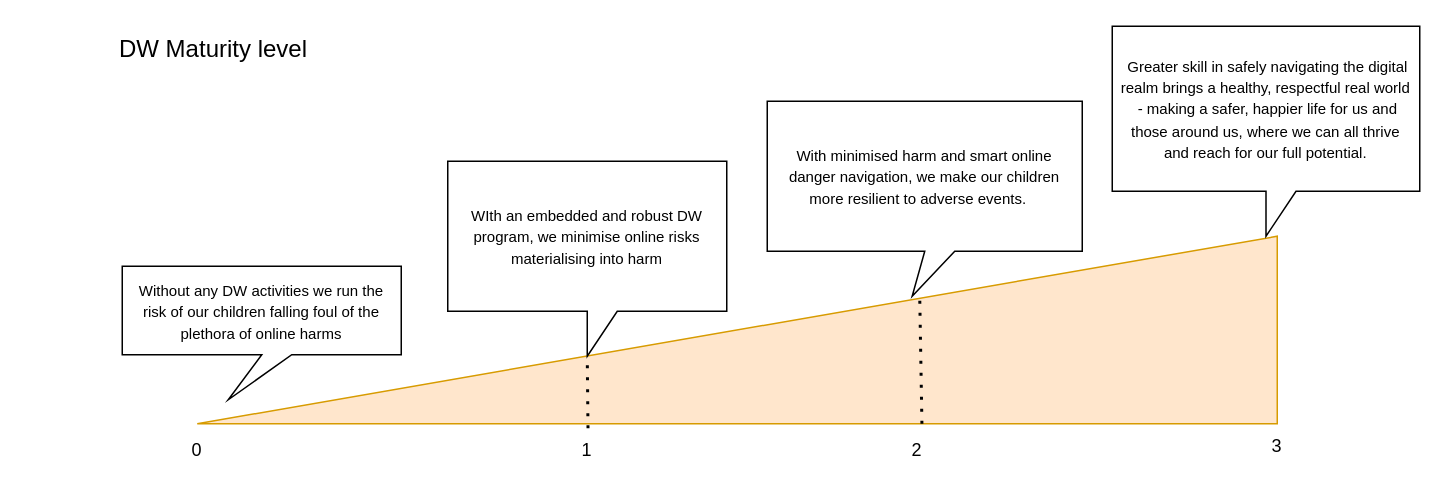
Before: Untitled Diagram.drawio in wondarider/TESTOO, a draw.io diagram. Source tidied: cells renumbered, new cells numbered last; positions are measured from the earlier drawing's top-left corner, leaving out a move shared by most shapes. Both pictures are drawn from the tidied source at 150%, with x=0, y=0 at pixel (26, 26).
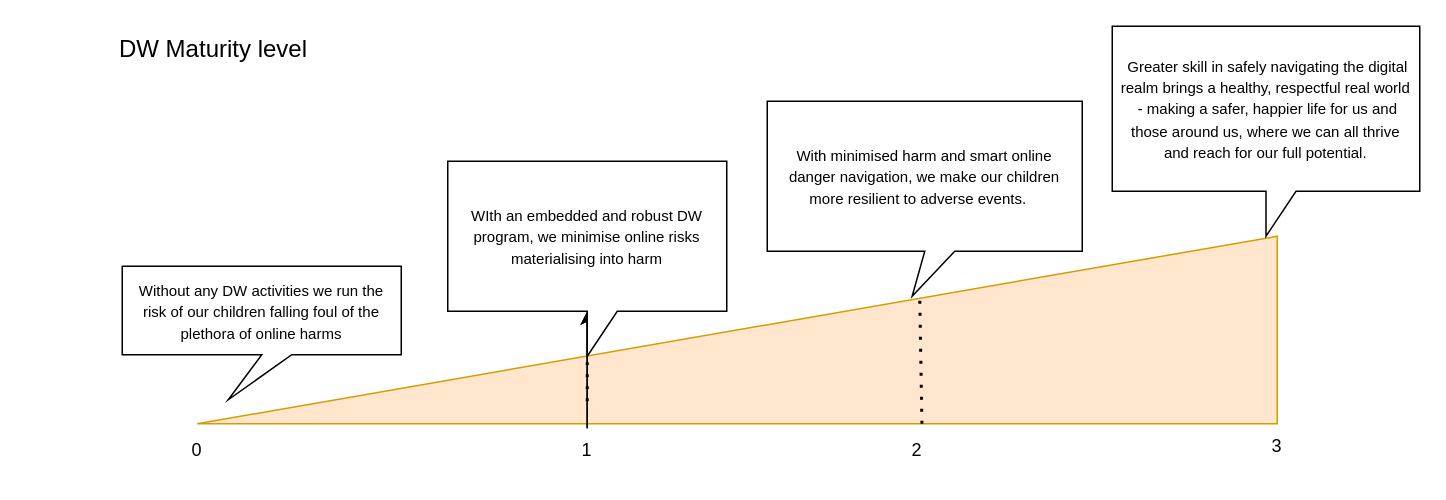
After the change.

Commit message (it also covers changes not shown here):
DWSF Maturity levels

The edit, as a diff of the source:
```diff
@@
 <mxGraphModel>
   <root>
     <mxCell id="0" />
     <mxCell id="1" parent="0" />
     <mxCell id="2" style="shape=manualInput;boundedLbl=1;whiteSpace=wrap;html=1;size=125;fillColor=#ffe6cc;strokeColor=#d79b00;" parent="1" vertex="1">
       <mxGeometry x="114" y="140" width="720" height="125" as="geometry" />
     </mxCell>
     <mxCell id="3" value="&lt;font style=&quot;font-size: 16px;&quot;&gt;DW Maturity level&lt;/font&gt;" style="text;html=1;whiteSpace=wrap;strokeColor=none;fillColor=none;align=center;verticalAlign=middle;rounded=0;" parent="1" vertex="1">
       <mxGeometry width="250" height="30" as="geometry" />
     </mxCell>
     <mxCell id="4" value="0" style="text;html=1;whiteSpace=wrap;strokeColor=none;fillColor=none;align=center;verticalAlign=middle;rounded=0;" parent="1" vertex="1">
       <mxGeometry x="84" y="268" width="60" height="30" as="geometry" />
     </mxCell>
+    <mxCell id="14" style="edgeStyle=orthogonalEdgeStyle;rounded=0;jettySize=auto;html=1;" parent="1" edge="1" source="5" target="8">
+      <mxGeometry relative="1" as="geometry" />
+    </mxCell>
+    <mxCell id="15" style="edgeStyle=orthogonalEdgeStyle;rounded=0;jettySize=auto;html=1;" parent="1" edge="1" source="5" target="8">
+      <mxGeometry relative="1" as="geometry" />
+    </mxCell>
     <mxCell id="5" value="1" style="text;html=1;whiteSpace=wrap;strokeColor=none;fillColor=none;align=center;verticalAlign=middle;rounded=0;" parent="1" vertex="1">
       <mxGeometry x="344" y="268" width="60" height="30" as="geometry" />
     </mxCell>
     <mxCell id="6" value="2" style="text;html=1;whiteSpace=wrap;strokeColor=none;fillColor=none;align=center;verticalAlign=middle;rounded=0;" parent="1" vertex="1">
       <mxGeometry x="564" y="268" width="60" height="30" as="geometry" />
     </mxCell>
     <mxCell id="7" value="3" style="text;html=1;whiteSpace=wrap;strokeColor=none;fillColor=none;align=center;verticalAlign=middle;rounded=0;" parent="1" vertex="1">
       <mxGeometry x="804" y="265" width="60" height="30" as="geometry" />
     </mxCell>
     <mxCell id="8" value="&lt;font style=&quot;font-size: 10px;&quot;&gt;&lt;span style=&quot;caret-color: rgb(0, 0, 0); color: rgb(0, 0, 0); font-family: Helvetica; font-style: normal; font-variant-caps: normal; font-weight: 400; letter-spacing: normal; text-align: center; text-indent: 0px; text-transform: none; white-space: normal; word-spacing: 0px; -webkit-text-stroke-width: 0px; text-decoration: none; float: none; display: inline !important;&quot;&gt;&lt;font&gt;WIth an embedded and robust DW program, we minimise online risks materia&lt;/font&gt;&lt;/span&gt;&lt;span style=&quot;caret-color: rgb(0, 0, 0); color: rgb(0, 0, 0); font-family: Helvetica; font-style: normal; font-variant-caps: normal; font-weight: 400; letter-spacing: normal; text-align: center; text-indent: 0px; text-transform: none; white-space: normal; word-spacing: 0px; -webkit-text-stroke-width: 0px; text-decoration: none; float: none; display: inline !important;&quot;&gt;lising into harm&lt;/span&gt;&lt;/font&gt;" style="shape=callout;whiteSpace=wrap;html=1;perimeter=calloutPerimeter;rotation=0;spacingLeft=5;spacingRight=5;" parent="1" vertex="1">
       <mxGeometry x="281" y="90" width="186" height="130" as="geometry" />
     </mxCell>
     <mxCell id="9" value="&lt;span style=&quot;caret-color: rgb(0, 0, 0); color: rgb(0, 0, 0); font-family: Helvetica; font-style: normal; font-variant-caps: normal; font-weight: 400; letter-spacing: normal; text-align: center; text-indent: 0px; text-transform: none; white-space: normal; word-spacing: 0px; -webkit-text-stroke-width: 0px; text-decoration: none; float: none; display: inline !important;&quot;&gt;&lt;font style=&quot;font-size: 10px;&quot;&gt;With minimised harm and smart online danger navigation, we make our children more resilient to adverse events. &amp;nbsp;&amp;nbsp;&lt;/font&gt;&lt;/span&gt;" style="shape=callout;whiteSpace=wrap;html=1;perimeter=calloutPerimeter;spacingLeft=5;spacingRight=5;position2=0.46;" parent="1" vertex="1">
       <mxGeometry x="494" y="50" width="210" height="130" as="geometry" />
     </mxCell>
     <mxCell id="10" value="&lt;font color=&quot;#000000&quot; size=&quot;1&quot;&gt;&lt;span style=&quot;caret-color: rgb(0, 0, 0);&quot;&gt;Without any DW activities we run the risk of our children falling foul of the plethora of online harms&lt;/span&gt;&lt;/font&gt;" style="shape=callout;whiteSpace=wrap;html=1;perimeter=calloutPerimeter;rotation=0;spacingLeft=5;spacingRight=5;position2=0.38;" parent="1" vertex="1">
       <mxGeometry x="64" y="160" width="186" height="89" as="geometry" />
     </mxCell>
     <mxCell id="11" value="&lt;span style=&quot;caret-color: rgb(0, 0, 0); color: rgb(0, 0, 0); font-family: Helvetica; font-size: 10px; font-style: normal; font-variant-caps: normal; font-weight: 400; letter-spacing: normal; text-align: center; text-indent: 0px; text-transform: none; white-space: normal; word-spacing: 0px; -webkit-text-stroke-width: 0px; text-decoration: none; float: none; display: inline !important;&quot;&gt;&amp;nbsp;Greater skill in safely navigating the digital realm brings a healthy, respectful real world &amp;nbsp;- making a safer, happier life for us and those around us, where we can all thrive and reach for our full potential.&lt;/span&gt;" style="shape=callout;whiteSpace=wrap;html=1;perimeter=calloutPerimeter;spacingLeft=5;spacingRight=5;" parent="1" vertex="1">
       <mxGeometry x="724" width="205" height="140" as="geometry" />
     </mxCell>
     <mxCell id="12" style="endArrow=none;dashed=1;html=1;dashPattern=1 3;strokeWidth=2;rounded=0;exitX=0.671;exitY=1;exitDx=0;exitDy=0;exitPerimeter=0;entryX=0.669;entryY=0.336;entryDx=0;entryDy=0;entryPerimeter=0;" parent="1" edge="1" source="2" target="2">
       <mxGeometry relative="1" as="geometry" />
     </mxCell>
-    <mxCell id="13" style="endArrow=none;dashed=1;html=1;dashPattern=1 3;strokeWidth=2;rounded=0;exitX=0.671;exitY=1;exitDx=0;exitDy=0;exitPerimeter=0;" parent="1" edge="1">
+    <mxCell id="13" style="endArrow=none;dashed=1;html=1;dashPattern=1 3;strokeWidth=2;rounded=0;" parent="1" edge="1">
       <mxGeometry relative="1" as="geometry">
-        <mxPoint x="374.5" y="268" as="sourcePoint" />
+        <mxPoint x="374" y="250" as="sourcePoint" />
         <mxPoint x="374" y="220" as="targetPoint" />
       </mxGeometry>
     </mxCell>
   </root>
 </mxGraphModel>
```
